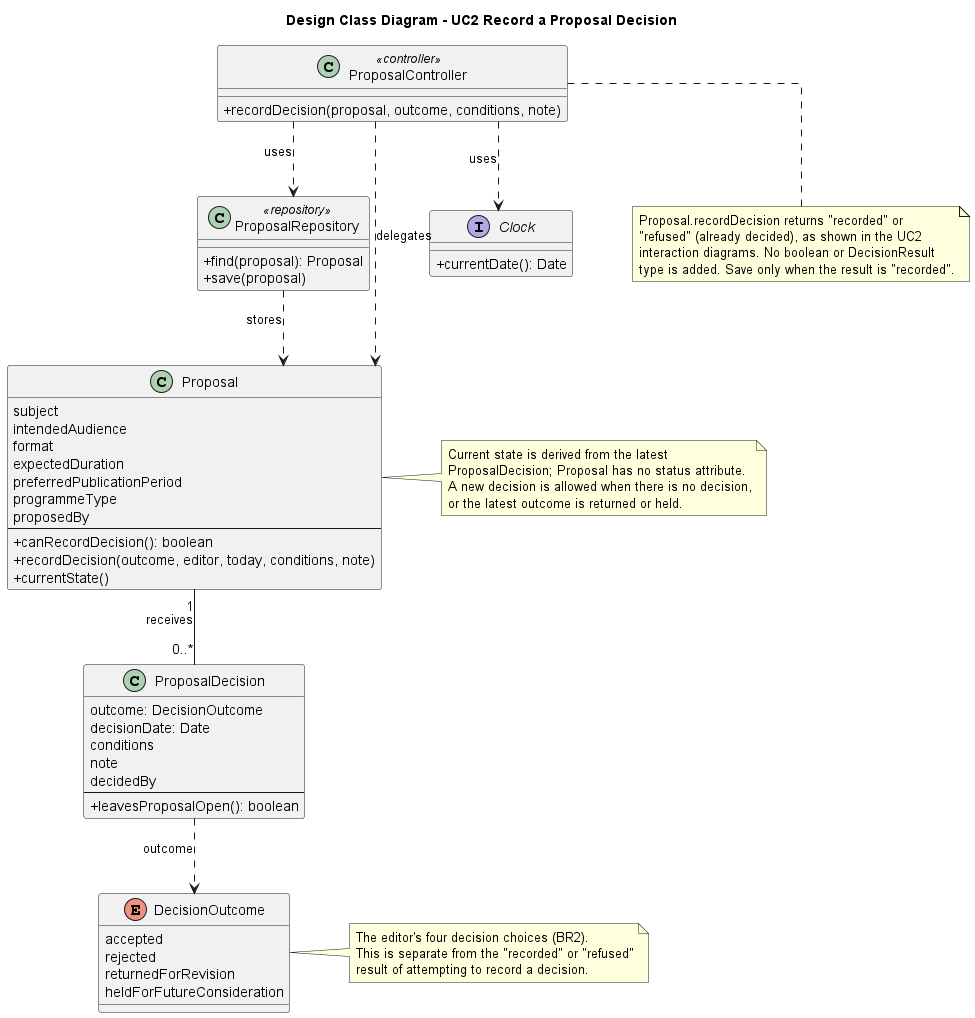
Above: CA 2/Diagrams/Design_Class_Diagram/DCD_UC2_RecordDecision.png in Rani-Wheeza/Local-Podcast-Production-Service (PlantUML), before the change. Source of this version:
```plantuml
@startuml DCD_UC2_RecordDecision
title Design Class Diagram - UC2 Record a Proposal Decision

top to bottom direction
skinparam classAttributeIconSize 0
skinparam linetype ortho
skinparam nodesep 60
skinparam ranksep 75

class ProposalController <<controller>> {
  +recordDecision(proposal, outcome, conditions, note)
}

class ProposalRepository <<repository>> {
  +find(proposal): Proposal
  +save(proposal)
}

interface Clock {
  +currentDate(): Date
}

class Proposal {
  subject
  intendedAudience
  format
  expectedDuration
  preferredPublicationPeriod
  programmeType
  proposedBy
  --
  +canRecordDecision(): boolean
  +recordDecision(outcome, editor, today, conditions, note)
  +currentState()
}

class ProposalDecision {
  outcome: DecisionOutcome
  decisionDate: Date
  conditions
  note
  decidedBy
  --
  +leavesProposalOpen(): boolean
}

enum DecisionOutcome {
  accepted
  rejected
  returnedForRevision
  heldForFutureConsideration
}

ProposalController ..> Proposal : delegates
ProposalController ..> ProposalRepository : uses
ProposalController ..> Clock : uses
ProposalRepository ..> Proposal : stores
Proposal "1" -- "0..*" ProposalDecision : receives
ProposalDecision ..> DecisionOutcome : outcome

note right of Proposal
  Current state is derived from the latest
  ProposalDecision; Proposal has no status attribute.
  A new decision is allowed when there is no decision,
  or the latest outcome is returned or held.
end note

note bottom of ProposalController
  Proposal.recordDecision returns "recorded" or
  "refused" (already decided), as shown in the UC2
  interaction diagrams. No boolean or DecisionResult
  type is added. Save only when the result is "recorded".
end note

note right of DecisionOutcome
  The editor's four decision choices (BR2).
  This is separate from the "recorded" or "refused"
  result of attempting to record a decision.
end note
@enduml
```
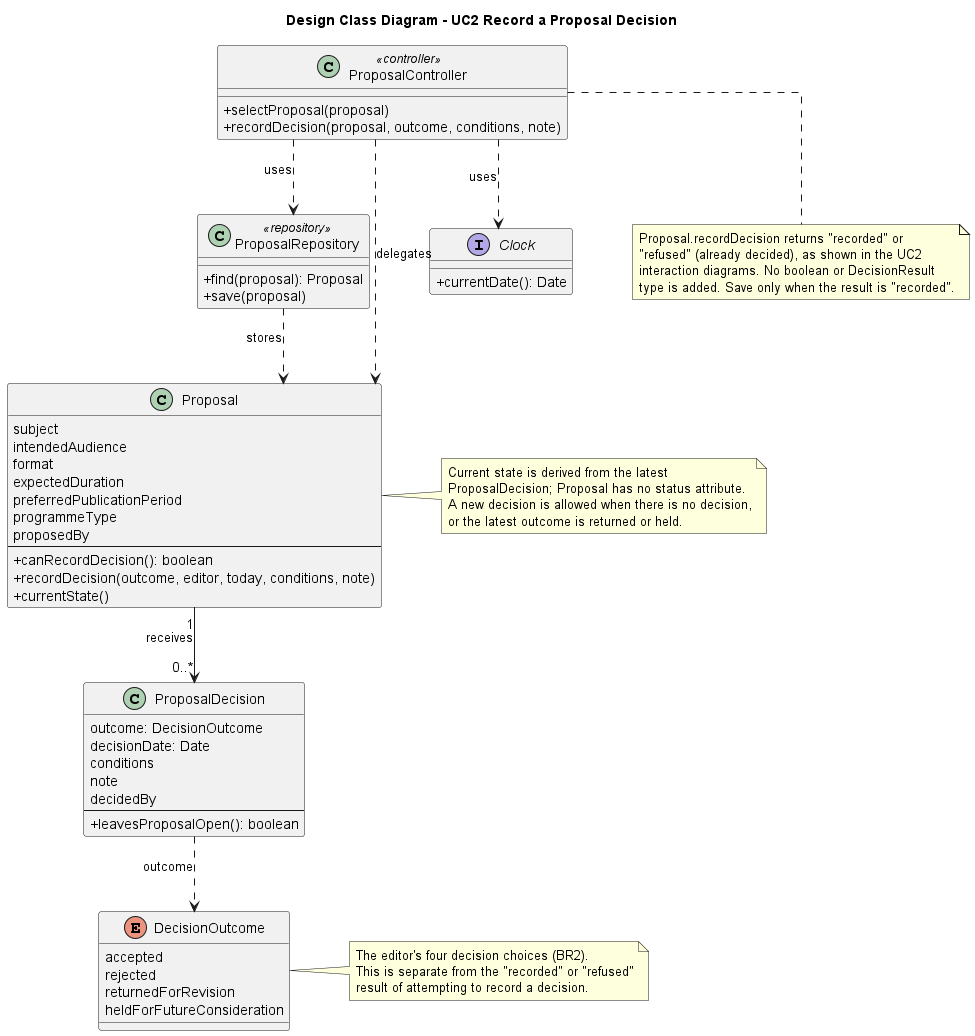
The same diagram one commit later.

Commit message:
made review changes to #44

Diff of the diagram source:
```diff
@@ -8,6 +8,7 @@
 skinparam ranksep 75
 
 class ProposalController <<controller>> {
+  +selectProposal(proposal)
   +recordDecision(proposal, outcome, conditions, note)
 }
 
@@ -55,7 +56,7 @@
 ProposalController ..> ProposalRepository : uses
 ProposalController ..> Clock : uses
 ProposalRepository ..> Proposal : stores
-Proposal "1" -- "0..*" ProposalDecision : receives
+Proposal "1" --> "0..*" ProposalDecision : receives
 ProposalDecision ..> DecisionOutcome : outcome
 
 note right of Proposal
```
